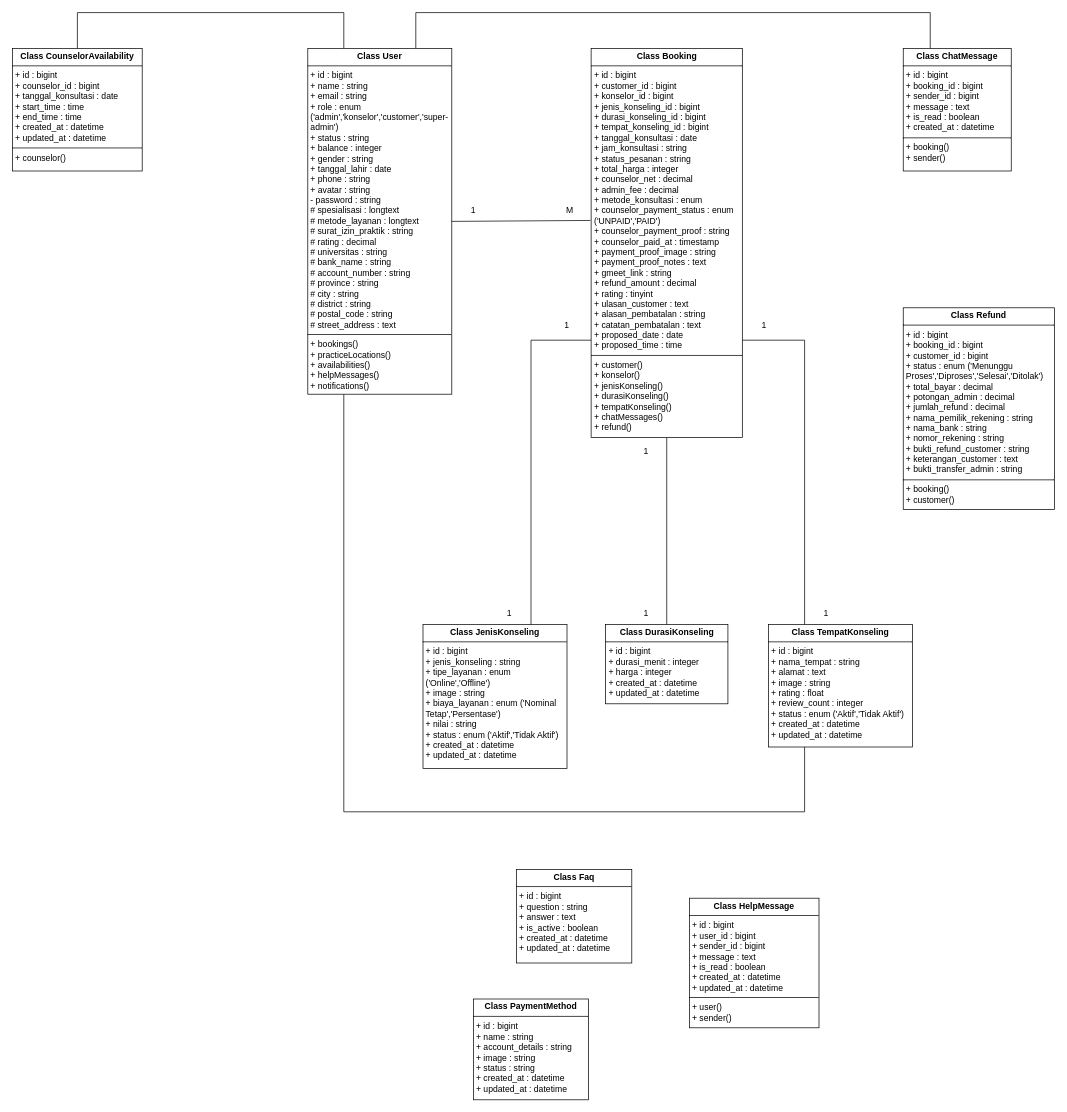
Above: Class Diagram.drawio in UlulAzmiALatala/moodly-app (draw.io), before the change. Source tidied: cells renumbered, new cells numbered last; positions are measured from the earlier drawing's top-left corner, leaving out a move shared by most shapes. Both pictures are drawn from the tidied source at 72%, with x=0, y=0 at pixel (12, 12).
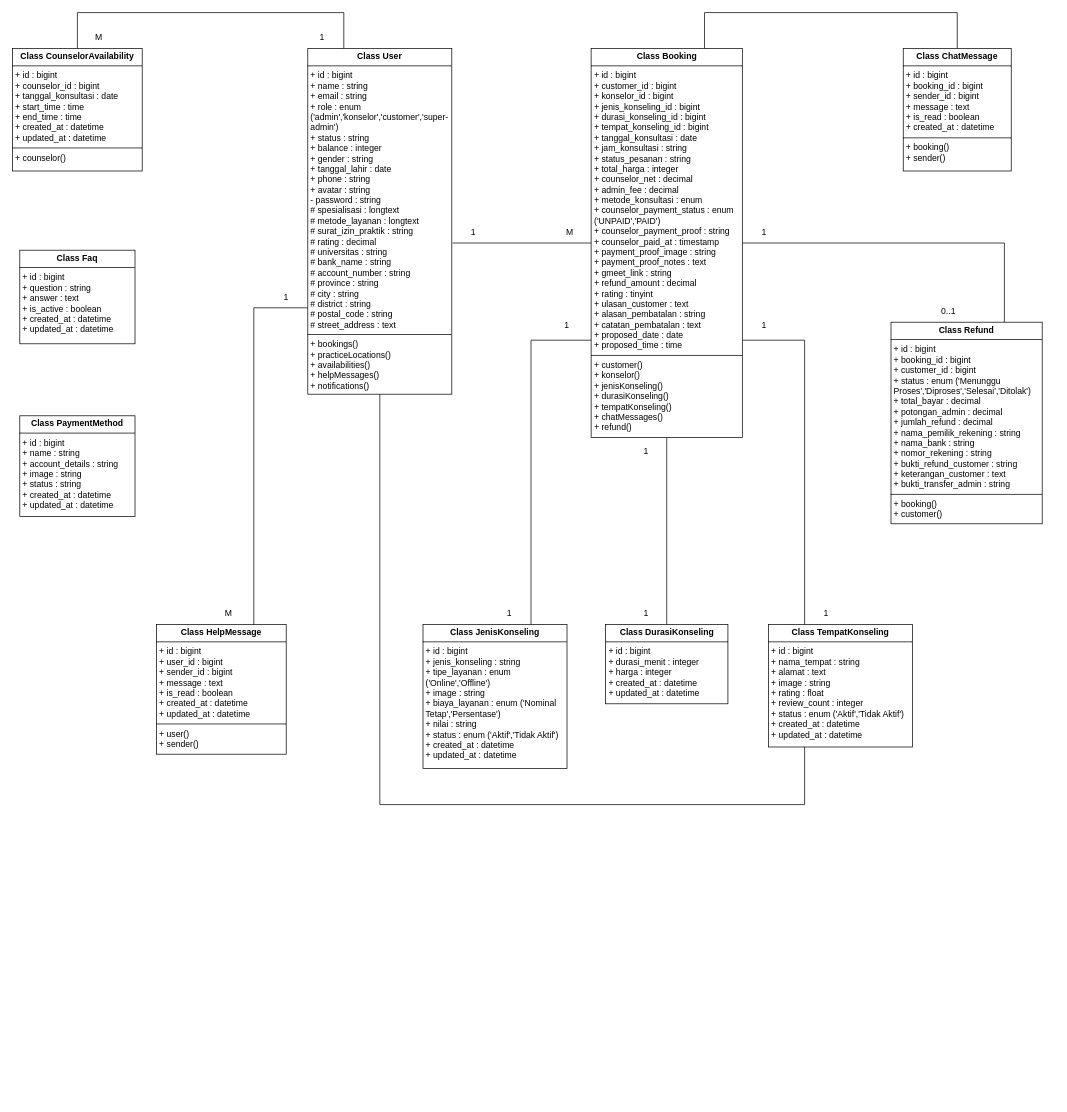
The same diagram, later.

The change refers to these unchanged cells:
```xml
<mxCell id="5" value="&lt;p style=&quot;margin:0px;margin-top:4px;text-align:center;&quot;&gt;&lt;b&gt;Class User&lt;/b&gt;&lt;/p&gt;&lt;hr size=&quot;1&quot; style=&quot;border-style:solid;&quot;&gt;&lt;p style=&quot;margin:0px;margin-left:4px;&quot;&gt;+ id : bigint&lt;/p&gt;&lt;p style=&quot;margin:0px;margin-left:4px;&quot;&gt;+ name : string&lt;/p&gt;&lt;p style=&quot;margin:0px;margin-left:4px;&quot;&gt;+ email : string&lt;/p&gt;&lt;p style=&quot;margin:0px;margin-left:4px;&quot;&gt;+ role : enum ('admin','konselor','customer','super-admin')&lt;/p&gt;&lt;p style=&quot;margin:0px;margin-left:4px;&quot;&gt;+ status : string&lt;/p&gt;&lt;p style=&quot;margin:0px;margin-left:4px;&quot;&gt;+ balance : integer&lt;/p&gt;&lt;p style=&quot;margin:0px;margin-left:4px;&quot;&gt;+ gender : string&lt;/p&gt;&lt;p style=&quot;margin:0px;margin-left:4px;&quot;&gt;+ tanggal_lahir : date&lt;/p&gt;&lt;p style=&quot;margin:0px;margin-left:4px;&quot;&gt;+ phone : string&lt;/p&gt;&lt;p style=&quot;margin:0px;margin-left:4px;&quot;&gt;+ avatar : string&lt;/p&gt;&lt;p style=&quot;margin:0px;margin-left:4px;&quot;&gt;- password : string&lt;/p&gt;&lt;p style=&quot;margin:0px;margin-left:4px;&quot;&gt;# spesialisasi : longtext&lt;/p&gt;&lt;p style=&quot;margin:0px;margin-left:4px;&quot;&gt;# metode_layanan : longtext&lt;/p&gt;&lt;p style=&quot;margin:0px;margin-left:4px;&quot;&gt;# surat_izin_praktik : string&lt;/p&gt;&lt;p style=&quot;margin:0px;margin-left:4px;&quot;&gt;# rating : decimal&lt;/p&gt;&lt;p style=&quot;margin:0px;margin-left:4px;&quot;&gt;# universitas : string&lt;/p&gt;&lt;p style=&quot;margin:0px;margin-left:4px;&quot;&gt;# bank_name : string&lt;/p&gt;&lt;p style=&quot;margin:0px;margin-left:4px;&quot;&gt;# account_number : string&lt;/p&gt;&lt;p style=&quot;margin:0px;margin-left:4px;&quot;&gt;# province : string&lt;/p&gt;&lt;p style=&quot;margin:0px;margin-left:4px;&quot;&gt;# city : string&lt;/p&gt;&lt;p style=&quot;margin:0px;margin-left:4px;&quot;&gt;# district : string&lt;/p&gt;&lt;p style=&quot;margin:0px;margin-left:4px;&quot;&gt;# postal_code : string&lt;/p&gt;&lt;p style=&quot;margin:0px;margin-left:4px;&quot;&gt;# street_address : text&lt;/p&gt;&lt;hr size=&quot;1&quot; style=&quot;border-style:solid;&quot;&gt;&lt;p style=&quot;margin:0px;margin-left:4px;&quot;&gt;+ bookings()&lt;/p&gt;&lt;p style=&quot;margin:0px;margin-left:4px;&quot;&gt;+ practiceLocations()&lt;/p&gt;&lt;p style=&quot;margin:0px;margin-left:4px;&quot;&gt;+ availabilities()&lt;/p&gt;&lt;p style=&quot;margin:0px;margin-left:4px;&quot;&gt;+ helpMessages()&lt;/p&gt;&lt;p style=&quot;margin:0px;margin-left:4px;&quot;&gt;+ notifications()&lt;/p&gt;" style="verticalAlign=top;align=left;overflow=fill;html=1;whiteSpace=wrap;" parent="1" vertex="1">
  <mxGeometry x="410" y="50" width="200" height="480" as="geometry" />
</mxCell>
<mxCell id="9" value="&lt;p style=&quot;margin:0px;margin-top:4px;text-align:center;&quot;&gt;&lt;b&gt;Class Booking&lt;/b&gt;&lt;/p&gt;&lt;hr size=&quot;1&quot; style=&quot;border-style:solid;&quot;&gt;&lt;p style=&quot;margin:0px;margin-left:4px;&quot;&gt;+ id : bigint&lt;/p&gt;&lt;p style=&quot;margin:0px;margin-left:4px;&quot;&gt;+ customer_id : bigint&lt;/p&gt;&lt;p style=&quot;margin:0px;margin-left:4px;&quot;&gt;+ konselor_id : bigint&lt;/p&gt;&lt;p style=&quot;margin:0px;margin-left:4px;&quot;&gt;+ jenis_konseling_id : bigint&lt;/p&gt;&lt;p style=&quot;margin:0px;margin-left:4px;&quot;&gt;+ durasi_konseling_id : bigint&lt;/p&gt;&lt;p style=&quot;margin:0px;margin-left:4px;&quot;&gt;+ tempat_konseling_id : bigint&lt;/p&gt;&lt;p style=&quot;margin:0px;margin-left:4px;&quot;&gt;+ tanggal_konsultasi : date&lt;/p&gt;&lt;p style=&quot;margin:0px;margin-left:4px;&quot;&gt;+ jam_konsultasi : string&lt;/p&gt;&lt;p style=&quot;margin:0px;margin-left:4px;&quot;&gt;+ status_pesanan : string&lt;/p&gt;&lt;p style=&quot;margin:0px;margin-left:4px;&quot;&gt;+ total_harga : integer&lt;/p&gt;&lt;p style=&quot;margin:0px;margin-left:4px;&quot;&gt;+ counselor_net : decimal&lt;/p&gt;&lt;p style=&quot;margin:0px;margin-left:4px;&quot;&gt;+ admin_fee : decimal&lt;/p&gt;&lt;p style=&quot;margin:0px;margin-left:4px;&quot;&gt;+ metode_konsultasi : enum&lt;/p&gt;&lt;p style=&quot;margin:0px;margin-left:4px;&quot;&gt;+ counselor_payment_status : enum ('UNPAID','PAID')&lt;/p&gt;&lt;p style=&quot;margin:0px;margin-left:4px;&quot;&gt;+ counselor_payment_proof : string&lt;/p&gt;&lt;p style=&quot;margin:0px;margin-left:4px;&quot;&gt;+ counselor_paid_at : timestamp&lt;/p&gt;&lt;p style=&quot;margin:0px;margin-left:4px;&quot;&gt;+ payment_proof_image : string&lt;/p&gt;&lt;p style=&quot;margin:0px;margin-left:4px;&quot;&gt;+ payment_proof_notes : text&lt;/p&gt;&lt;p style=&quot;margin:0px;margin-left:4px;&quot;&gt;+ gmeet_link : string&lt;/p&gt;&lt;p style=&quot;margin:0px;margin-left:4px;&quot;&gt;+ refund_amount : decimal&lt;/p&gt;&lt;p style=&quot;margin:0px;margin-left:4px;&quot;&gt;+ rating : tinyint&lt;/p&gt;&lt;p style=&quot;margin:0px;margin-left:4px;&quot;&gt;+ ulasan_customer : text&lt;/p&gt;&lt;p style=&quot;margin:0px;margin-left:4px;&quot;&gt;+ alasan_pembatalan : string&lt;/p&gt;&lt;p style=&quot;margin:0px;margin-left:4px;&quot;&gt;+ catatan_pembatalan : text&lt;/p&gt;&lt;p style=&quot;margin:0px;margin-left:4px;&quot;&gt;+ proposed_date : date&lt;/p&gt;&lt;p style=&quot;margin:0px;margin-left:4px;&quot;&gt;+ proposed_time : time&lt;/p&gt;&lt;hr size=&quot;1&quot; style=&quot;border-style:solid;&quot;&gt;&lt;p style=&quot;margin:0px;margin-left:4px;&quot;&gt;+ customer()&lt;/p&gt;&lt;p style=&quot;margin:0px;margin-left:4px;&quot;&gt;+ konselor()&lt;/p&gt;&lt;p style=&quot;margin:0px;margin-left:4px;&quot;&gt;+ jenisKonseling()&lt;/p&gt;&lt;p style=&quot;margin:0px;margin-left:4px;&quot;&gt;+ durasiKonseling()&lt;/p&gt;&lt;p style=&quot;margin:0px;margin-left:4px;&quot;&gt;+ tempatKonseling()&lt;/p&gt;&lt;p style=&quot;margin:0px;margin-left:4px;&quot;&gt;+ chatMessages()&lt;/p&gt;&lt;p style=&quot;margin:0px;margin-left:4px;&quot;&gt;+ refund()&lt;/p&gt;" style="verticalAlign=top;align=left;overflow=fill;html=1;whiteSpace=wrap;" parent="1" vertex="1">
  <mxGeometry x="803.5" y="50" width="210" height="540" as="geometry" />
</mxCell>
<mxCell id="10" value="&lt;p style=&quot;margin:0px;margin-top:4px;text-align:center;&quot;&gt;&lt;b&gt;Class&amp;nbsp;&lt;/b&gt;&lt;span style=&quot;background-color: transparent; color: light-dark(rgb(0, 0, 0), rgb(255, 255, 255)); text-align: left;&quot;&gt;&lt;b&gt;CounselorAvailability&lt;/b&gt;&lt;/span&gt;&lt;/p&gt;&lt;hr size=&quot;1&quot; style=&quot;border-style:solid;&quot;&gt;&lt;p style=&quot;margin:0px;margin-left:4px;&quot;&gt;+ id : bigint&lt;/p&gt;&lt;p style=&quot;margin:0px;margin-left:4px;&quot;&gt;+ counselor_id : bigint&lt;/p&gt;&lt;p style=&quot;margin:0px;margin-left:4px;&quot;&gt;+ tanggal_konsultasi : date&lt;/p&gt;&lt;p style=&quot;margin:0px;margin-left:4px;&quot;&gt;+ start_time : time&lt;/p&gt;&lt;p style=&quot;margin:0px;margin-left:4px;&quot;&gt;+ end_time : time&lt;/p&gt;&lt;p style=&quot;margin:0px;margin-left:4px;&quot;&gt;+ created_at : datetime&lt;/p&gt;&lt;p style=&quot;margin:0px;margin-left:4px;&quot;&gt;+ updated_at : datetime&lt;/p&gt;&lt;hr size=&quot;1&quot; style=&quot;border-style:solid;&quot;&gt;&lt;p style=&quot;margin:0px;margin-left:4px;&quot;&gt;+ counselor()&lt;/p&gt;" style="verticalAlign=top;align=left;overflow=fill;html=1;whiteSpace=wrap;" parent="1" vertex="1">
  <mxGeometry y="50" width="180" height="170" as="geometry" />
</mxCell>
<mxCell id="12" value="&lt;p style=&quot;margin:0px;margin-top:4px;text-align:center;&quot;&gt;&lt;b&gt;Class&amp;nbsp;&lt;/b&gt;&lt;span style=&quot;background-color: transparent; color: light-dark(rgb(0, 0, 0), rgb(255, 255, 255)); text-align: left;&quot;&gt;&lt;b&gt;ChatMessage&lt;/b&gt;&lt;/span&gt;&lt;/p&gt;&lt;hr size=&quot;1&quot; style=&quot;border-style:solid;&quot;&gt;&lt;p style=&quot;margin:0px;margin-left:4px;&quot;&gt;+ id : bigint&lt;/p&gt;&lt;p style=&quot;margin:0px;margin-left:4px;&quot;&gt;+ booking_id : bigint&lt;/p&gt;&lt;p style=&quot;margin:0px;margin-left:4px;&quot;&gt;+ sender_id : bigint&lt;/p&gt;&lt;p style=&quot;margin:0px;margin-left:4px;&quot;&gt;+ message : text&lt;/p&gt;&lt;p style=&quot;margin:0px;margin-left:4px;&quot;&gt;+ is_read : boolean&lt;/p&gt;&lt;p style=&quot;margin:0px;margin-left:4px;&quot;&gt;+ created_at : datetime&lt;/p&gt;&lt;hr size=&quot;1&quot; style=&quot;border-style:solid;&quot;&gt;&lt;p style=&quot;margin:0px;margin-left:4px;&quot;&gt;+ booking()&lt;/p&gt;&lt;p style=&quot;margin:0px;margin-left:4px;&quot;&gt;+ sender()&lt;/p&gt;" style="verticalAlign=top;align=left;overflow=fill;html=1;whiteSpace=wrap;" parent="1" vertex="1">
  <mxGeometry x="1237" y="50" width="150" height="170" as="geometry" />
</mxCell>
<mxCell id="15" value="&lt;p style=&quot;margin:0px;margin-top:4px;text-align:center;&quot;&gt;&lt;b&gt;Class&amp;nbsp;&lt;/b&gt;&lt;span style=&quot;background-color: transparent; color: light-dark(rgb(0, 0, 0), rgb(255, 255, 255)); text-align: left;&quot;&gt;&lt;b&gt;TempatKonseling&lt;/b&gt;&lt;/span&gt;&lt;/p&gt;&lt;hr size=&quot;1&quot; style=&quot;border-style:solid;&quot;&gt;&lt;p style=&quot;margin:0px;margin-left:4px;&quot;&gt;+ id : bigint&lt;/p&gt;&lt;p style=&quot;margin:0px;margin-left:4px;&quot;&gt;+ nama_tempat : string&lt;/p&gt;&lt;p style=&quot;margin:0px;margin-left:4px;&quot;&gt;+ alamat : text&lt;/p&gt;&lt;p style=&quot;margin:0px;margin-left:4px;&quot;&gt;+ image : string&lt;/p&gt;&lt;p style=&quot;margin:0px;margin-left:4px;&quot;&gt;+ rating : float&lt;/p&gt;&lt;p style=&quot;margin:0px;margin-left:4px;&quot;&gt;+ review_count : integer&lt;/p&gt;&lt;p style=&quot;margin:0px;margin-left:4px;&quot;&gt;+ status : enum ('Aktif','Tidak Aktif')&lt;/p&gt;&lt;p style=&quot;margin:0px;margin-left:4px;&quot;&gt;+ created_at : datetime&lt;/p&gt;&lt;p style=&quot;margin:0px;margin-left:4px;&quot;&gt;+ updated_at : datetime&lt;/p&gt;&lt;p style=&quot;margin:0px;margin-left:4px;&quot;&gt;&lt;br&gt;&lt;/p&gt;" style="verticalAlign=top;align=left;overflow=fill;html=1;whiteSpace=wrap;" parent="1" vertex="1">
  <mxGeometry x="1050" y="850" width="200" height="170" as="geometry" />
</mxCell>
```

Diff of the diagram source:
```diff
@@
-    <mxCell id="2" style="edgeStyle=orthogonalEdgeStyle;rounded=0;jettySize=auto;html=1;exitX=0.75;exitY=0;exitDx=0;exitDy=0;entryX=0.25;entryY=0;entryDx=0;entryDy=0;endArrow=none;endFill=0;" parent="1" edge="1" source="5" target="12">
-      <mxGeometry relative="1" as="geometry">
-        <Array as="points">
-          <mxPoint x="560" />
-          <mxPoint x="1275" />
-        </Array>
-      </mxGeometry>
-    </mxCell>
+    <mxCell id="4" style="edgeStyle=orthogonalEdgeStyle;rounded=0;jettySize=auto;html=1;exitX=0.25;exitY=0;exitDx=0;exitDy=0;entryX=0.5;entryY=0;entryDx=0;entryDy=0;endArrow=none;endFill=0;" parent="1" edge="1" source="5" target="10">
+      <mxGeometry relative="1" as="geometry">
+        <Array as="points">
+          <mxPoint x="460" />
+          <mxPoint x="90" />
+        </Array>
+      </mxGeometry>
+    </mxCell>
-    <mxCell id="3" style="edgeStyle=orthogonalEdgeStyle;rounded=0;jettySize=auto;html=1;exitX=0.25;exitY=1;exitDx=0;exitDy=0;entryX=0.25;entryY=1;entryDx=0;entryDy=0;endArrow=none;endFill=0;" parent="1" edge="1" source="5" target="15">
+    <mxCell id="3" style="edgeStyle=orthogonalEdgeStyle;rounded=0;jettySize=auto;html=1;exitX=0.5;exitY=1;exitDx=0;exitDy=0;entryX=0.25;entryY=1;entryDx=0;entryDy=0;endArrow=none;endFill=0;" parent="1" edge="1" source="5" target="15">
       <mxGeometry relative="1" as="geometry">
         <Array as="points">
-          <mxPoint x="460" y="1110" />
-          <mxPoint x="1100" y="1110" />
+          <mxPoint x="510" y="1100" />
+          <mxPoint x="1100" y="1100" />
         </Array>
       </mxGeometry>
     </mxCell>
-    <mxCell id="4" style="edgeStyle=orthogonalEdgeStyle;rounded=0;jettySize=auto;html=1;exitX=0.25;exitY=0;exitDx=0;exitDy=0;entryX=0.5;entryY=0;entryDx=0;entryDy=0;endArrow=none;endFill=0;" parent="1" edge="1" source="5" target="10">
-      <mxGeometry relative="1" as="geometry">
-        <Array as="points">
-          <mxPoint x="460" />
-          <mxPoint x="90" />
-        </Array>
-      </mxGeometry>
-    </mxCell>
@@
+    <mxCell id="28" style="edgeStyle=orthogonalEdgeStyle;rounded=0;jettySize=auto;html=1;exitX=1;exitY=0.5;exitDx=0;exitDy=0;entryX=0.75;entryY=0;entryDx=0;entryDy=0;endArrow=none;endFill=0;" parent="1" edge="1" source="9" target="11">
+      <mxGeometry relative="1" as="geometry" />
+    </mxCell>
+    <mxCell id="29" style="edgeStyle=orthogonalEdgeStyle;rounded=0;jettySize=auto;html=1;exitX=0.75;exitY=0;exitDx=0;exitDy=0;entryX=0.5;entryY=0;entryDx=0;entryDy=0;endArrow=none;endFill=0;" parent="1" edge="1" source="9" target="12">
+      <mxGeometry relative="1" as="geometry">
+        <Array as="points">
+          <mxPoint x="961" />
+          <mxPoint x="1312" />
+        </Array>
+      </mxGeometry>
+    </mxCell>
@@
     <mxCell id="11" value="&lt;p style=&quot;margin:0px;margin-top:4px;text-align:center;&quot;&gt;&lt;b&gt;Class&amp;nbsp;&lt;/b&gt;&lt;span style=&quot;background-color: transparent; color: light-dark(rgb(0, 0, 0), rgb(255, 255, 255)); text-align: left;&quot;&gt;&lt;b&gt;Refund&lt;/b&gt;&lt;/span&gt;&lt;/p&gt;&lt;hr size=&quot;1&quot; style=&quot;border-style:solid;&quot;&gt;&lt;p style=&quot;margin:0px;margin-left:4px;&quot;&gt;+ id : bigint&lt;/p&gt;&lt;p style=&quot;margin:0px;margin-left:4px;&quot;&gt;+ booking_id : bigint&lt;/p&gt;&lt;p style=&quot;margin:0px;margin-left:4px;&quot;&gt;+ customer_id : bigint&lt;/p&gt;&lt;p style=&quot;margin:0px;margin-left:4px;&quot;&gt;+ status : enum ('Menunggu Proses','Diproses','Selesai','Ditolak')&lt;/p&gt;&lt;p style=&quot;margin:0px;margin-left:4px;&quot;&gt;+ total_bayar : decimal&lt;/p&gt;&lt;p style=&quot;margin:0px;margin-left:4px;&quot;&gt;+ potongan_admin : decimal&lt;/p&gt;&lt;p style=&quot;margin:0px;margin-left:4px;&quot;&gt;+ jumlah_refund : decimal&lt;/p&gt;&lt;p style=&quot;margin:0px;margin-left:4px;&quot;&gt;+ nama_pemilik_rekening : string&lt;/p&gt;&lt;p style=&quot;margin:0px;margin-left:4px;&quot;&gt;+ nama_bank : string&lt;/p&gt;&lt;p style=&quot;margin:0px;margin-left:4px;&quot;&gt;+ nomor_rekening : string&lt;/p&gt;&lt;p style=&quot;margin:0px;margin-left:4px;&quot;&gt;+ bukti_refund_customer : string&lt;/p&gt;&lt;p style=&quot;margin:0px;margin-left:4px;&quot;&gt;+ keterangan_customer : text&lt;/p&gt;&lt;p style=&quot;margin:0px;margin-left:4px;&quot;&gt;+ bukti_transfer_admin : string&lt;/p&gt;&lt;hr size=&quot;1&quot; style=&quot;border-style:solid;&quot;&gt;&lt;p style=&quot;margin:0px;margin-left:4px;&quot;&gt;+ booking()&lt;/p&gt;&lt;p style=&quot;margin:0px;margin-left:4px;&quot;&gt;+ customer()&lt;/p&gt;" style="verticalAlign=top;align=left;overflow=fill;html=1;whiteSpace=wrap;flipV=0;flipH=1;" parent="1" vertex="1">
-      <mxGeometry x="1237" y="410" width="210" height="280" as="geometry" />
+      <mxGeometry x="1220" y="430" width="210" height="280" as="geometry" />
     </mxCell>
@@
     <mxCell id="16" value="&lt;p style=&quot;margin:0px;margin-top:4px;text-align:center;&quot;&gt;&lt;b&gt;Class&amp;nbsp;&lt;/b&gt;&lt;span style=&quot;background-color: transparent; color: light-dark(rgb(0, 0, 0), rgb(255, 255, 255)); text-align: left;&quot;&gt;&lt;b&gt;Faq&lt;/b&gt;&lt;/span&gt;&lt;/p&gt;&lt;hr size=&quot;1&quot; style=&quot;border-style:solid;&quot;&gt;&lt;p style=&quot;margin:0px;margin-left:4px;&quot;&gt;+ id : bigint&lt;/p&gt;&lt;p style=&quot;margin:0px;margin-left:4px;&quot;&gt;+ question : string&lt;/p&gt;&lt;p style=&quot;margin:0px;margin-left:4px;&quot;&gt;+ answer : text&lt;/p&gt;&lt;p style=&quot;margin:0px;margin-left:4px;&quot;&gt;+ is_active : boolean&lt;/p&gt;&lt;p style=&quot;margin:0px;margin-left:4px;&quot;&gt;+ created_at : datetime&lt;/p&gt;&lt;p style=&quot;margin:0px;margin-left:4px;&quot;&gt;+ updated_at : datetime&lt;/p&gt;&lt;p style=&quot;margin:0px;margin-left:4px;&quot;&gt;&lt;br&gt;&lt;/p&gt;" style="verticalAlign=top;align=left;overflow=fill;html=1;whiteSpace=wrap;" parent="1" vertex="1">
-      <mxGeometry x="700" y="1190" width="160" height="130" as="geometry" />
+      <mxGeometry x="10" y="330" width="160" height="130" as="geometry" />
     </mxCell>
     <mxCell id="17" value="&lt;p style=&quot;margin:0px;margin-top:4px;text-align:center;&quot;&gt;&lt;b&gt;Class&amp;nbsp;&lt;/b&gt;&lt;span style=&quot;background-color: transparent; color: light-dark(rgb(0, 0, 0), rgb(255, 255, 255)); text-align: left;&quot;&gt;&lt;b&gt;HelpMessage&lt;/b&gt;&lt;/span&gt;&lt;/p&gt;&lt;hr size=&quot;1&quot; style=&quot;border-style:solid;&quot;&gt;&lt;p style=&quot;margin:0px;margin-left:4px;&quot;&gt;+ id : bigint&lt;/p&gt;&lt;p style=&quot;margin:0px;margin-left:4px;&quot;&gt;+ user_id : bigint&lt;/p&gt;&lt;p style=&quot;margin:0px;margin-left:4px;&quot;&gt;+ sender_id : bigint&lt;/p&gt;&lt;p style=&quot;margin:0px;margin-left:4px;&quot;&gt;+ message : text&lt;/p&gt;&lt;p style=&quot;margin:0px;margin-left:4px;&quot;&gt;+ is_read : boolean&lt;/p&gt;&lt;p style=&quot;margin:0px;margin-left:4px;&quot;&gt;+ created_at : datetime&lt;/p&gt;&lt;p style=&quot;margin:0px;margin-left:4px;&quot;&gt;+ updated_at : datetime&lt;/p&gt;&lt;hr size=&quot;1&quot; style=&quot;border-style:solid;&quot;&gt;&lt;p style=&quot;margin:0px;margin-left:4px;&quot;&gt;+ user()&lt;/p&gt;&lt;p style=&quot;margin:0px;margin-left:4px;&quot;&gt;+ sender()&lt;/p&gt;" style="verticalAlign=top;align=left;overflow=fill;html=1;whiteSpace=wrap;" parent="1" vertex="1">
-      <mxGeometry x="940" y="1230" width="180" height="180" as="geometry" />
+      <mxGeometry x="200" y="850" width="180" height="180" as="geometry" />
     </mxCell>
     <mxCell id="18" value="&lt;p style=&quot;margin:0px;margin-top:4px;text-align:center;&quot;&gt;&lt;b&gt;Class&amp;nbsp;&lt;/b&gt;&lt;span style=&quot;background-color: transparent; color: light-dark(rgb(0, 0, 0), rgb(255, 255, 255)); text-align: left;&quot;&gt;&lt;b&gt;PaymentMethod&lt;/b&gt;&lt;/span&gt;&lt;/p&gt;&lt;hr size=&quot;1&quot; style=&quot;border-style:solid;&quot;&gt;&lt;p style=&quot;margin:0px;margin-left:4px;&quot;&gt;+ id : bigint&lt;/p&gt;&lt;p style=&quot;margin:0px;margin-left:4px;&quot;&gt;+ name : string&lt;/p&gt;&lt;p style=&quot;margin:0px;margin-left:4px;&quot;&gt;+ account_details : string&lt;/p&gt;&lt;p style=&quot;margin:0px;margin-left:4px;&quot;&gt;+ image : string&lt;/p&gt;&lt;p style=&quot;margin:0px;margin-left:4px;&quot;&gt;+ status : string&lt;/p&gt;&lt;p style=&quot;margin:0px;margin-left:4px;&quot;&gt;+ created_at : datetime&lt;/p&gt;&lt;p style=&quot;margin:0px;margin-left:4px;&quot;&gt;+ updated_at : datetime&lt;/p&gt;&lt;p style=&quot;margin:0px;margin-left:4px;&quot;&gt;&lt;br&gt;&lt;/p&gt;" style="verticalAlign=top;align=left;overflow=fill;html=1;whiteSpace=wrap;" parent="1" vertex="1">
-      <mxGeometry x="640" y="1370" width="160" height="140" as="geometry" />
+      <mxGeometry x="10" y="560" width="160" height="140" as="geometry" />
     </mxCell>
-    <mxCell id="19" style="rounded=0;jettySize=auto;html=1;exitX=1;exitY=0.5;exitDx=0;exitDy=0;entryX=-0.005;entryY=0.442;entryDx=0;entryDy=0;entryPerimeter=0;endArrow=none;endFill=0;" parent="1" edge="1" source="5" target="9">
-      <mxGeometry relative="1" as="geometry" />
+    <mxCell id="19" style="rounded=0;jettySize=auto;html=1;entryX=0;entryY=0.5;entryDx=0;entryDy=0;endArrow=none;endFill=0;" parent="1" edge="1" target="9">
+      <mxGeometry relative="1" as="geometry">
+        <mxPoint x="611" y="320" as="sourcePoint" />
+      </mxGeometry>
     </mxCell>
@@
     <mxCell id="26" value="1" style="text;html=1;whiteSpace=wrap;strokeColor=none;fillColor=none;align=center;verticalAlign=middle;rounded=0;" parent="1" vertex="1">
-      <mxGeometry x="610" y="260" width="60" height="30" as="geometry" />
+      <mxGeometry x="610" y="290" width="60" height="30" as="geometry" />
     </mxCell>
     <mxCell id="27" value="M" style="text;html=1;whiteSpace=wrap;strokeColor=none;fillColor=none;align=center;verticalAlign=middle;rounded=0;" parent="1" vertex="1">
-      <mxGeometry x="743.5" y="260" width="60" height="30" as="geometry" />
+      <mxGeometry x="743.5" y="290" width="60" height="30" as="geometry" />
     </mxCell>
+    <mxCell id="30" value="1" style="text;html=1;whiteSpace=wrap;strokeColor=none;fillColor=none;align=center;verticalAlign=middle;rounded=0;" parent="1" vertex="1">
+      <mxGeometry x="400" y="20" width="60" height="30" as="geometry" />
+    </mxCell>
+    <mxCell id="31" value="M" style="text;html=1;whiteSpace=wrap;strokeColor=none;fillColor=none;align=center;verticalAlign=middle;rounded=0;" parent="1" vertex="1">
+      <mxGeometry x="90" y="20" width="60" height="30" as="geometry" />
+    </mxCell>
+    <mxCell id="32" value="1" style="text;html=1;whiteSpace=wrap;strokeColor=none;fillColor=none;align=center;verticalAlign=middle;rounded=0;" parent="1" vertex="1">
+      <mxGeometry x="1013.5" y="290" width="60" height="30" as="geometry" />
+    </mxCell>
+    <mxCell id="33" value="0..1" style="text;html=1;whiteSpace=wrap;strokeColor=none;fillColor=none;align=center;verticalAlign=middle;rounded=0;" parent="1" vertex="1">
+      <mxGeometry x="1270" y="400" width="60" height="30" as="geometry" />
+    </mxCell>
+    <mxCell id="34" style="edgeStyle=orthogonalEdgeStyle;rounded=0;jettySize=auto;html=1;exitX=0;exitY=0.75;exitDx=0;exitDy=0;entryX=0.75;entryY=0;entryDx=0;entryDy=0;endArrow=none;endFill=0;" parent="1" edge="1" source="5" target="17">
+      <mxGeometry relative="1" as="geometry" />
+    </mxCell>
+    <mxCell id="35" value="1" style="text;html=1;whiteSpace=wrap;strokeColor=none;fillColor=none;align=center;verticalAlign=middle;rounded=0;" parent="1" vertex="1">
+      <mxGeometry x="350" y="380" width="60" height="30" as="geometry" />
+    </mxCell>
+    <mxCell id="36" value="M" style="text;html=1;whiteSpace=wrap;strokeColor=none;fillColor=none;align=center;verticalAlign=middle;rounded=0;" parent="1" vertex="1">
+      <mxGeometry x="270" y="820" width="60" height="30" as="geometry" />
+    </mxCell>
```
